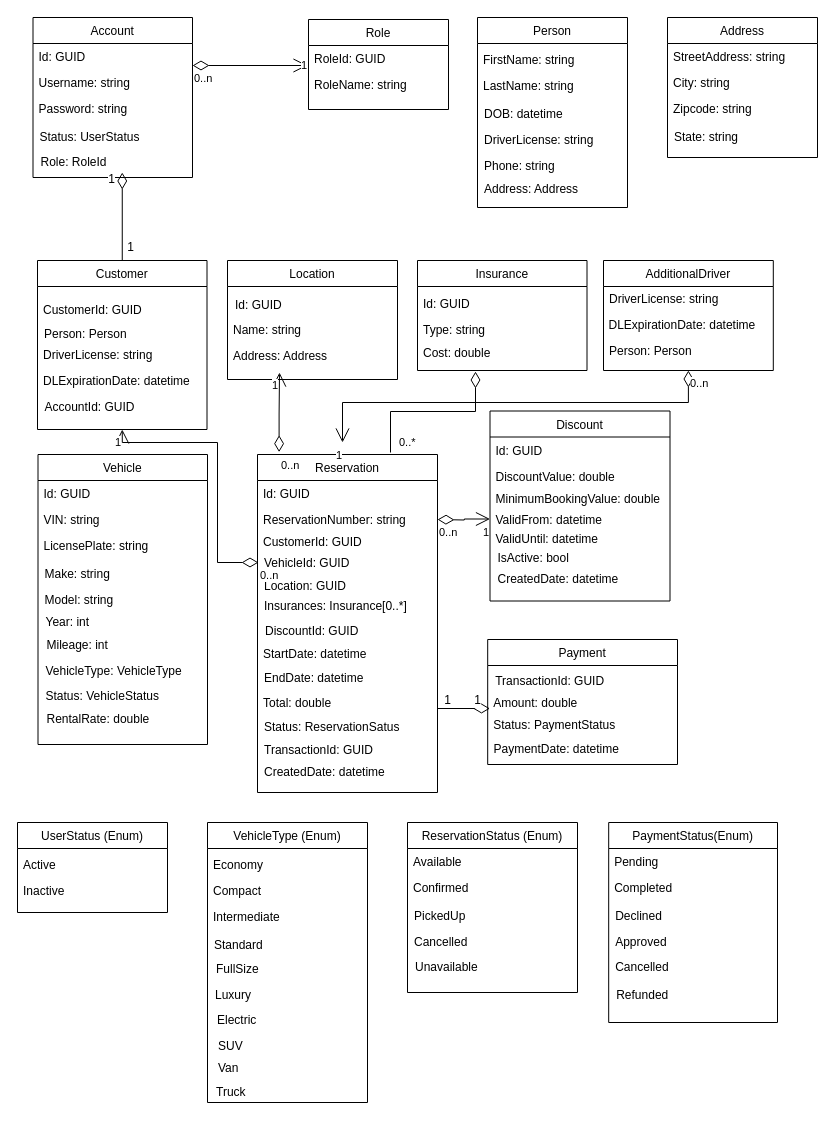
This is page "Class diagram" (3 of 5) of OnlineCarReservaction.drawio from nguyenha1311/ha-diagrams, a draw.io file, before an edit. Source tidied: cells renumbered, new cells numbered last; positions are measured from the earlier drawing's top-left corner, leaving out a move shared by most shapes. Both pictures are drawn from the tidied source at 100%, with x=0, y=0 at pixel (17, 17).
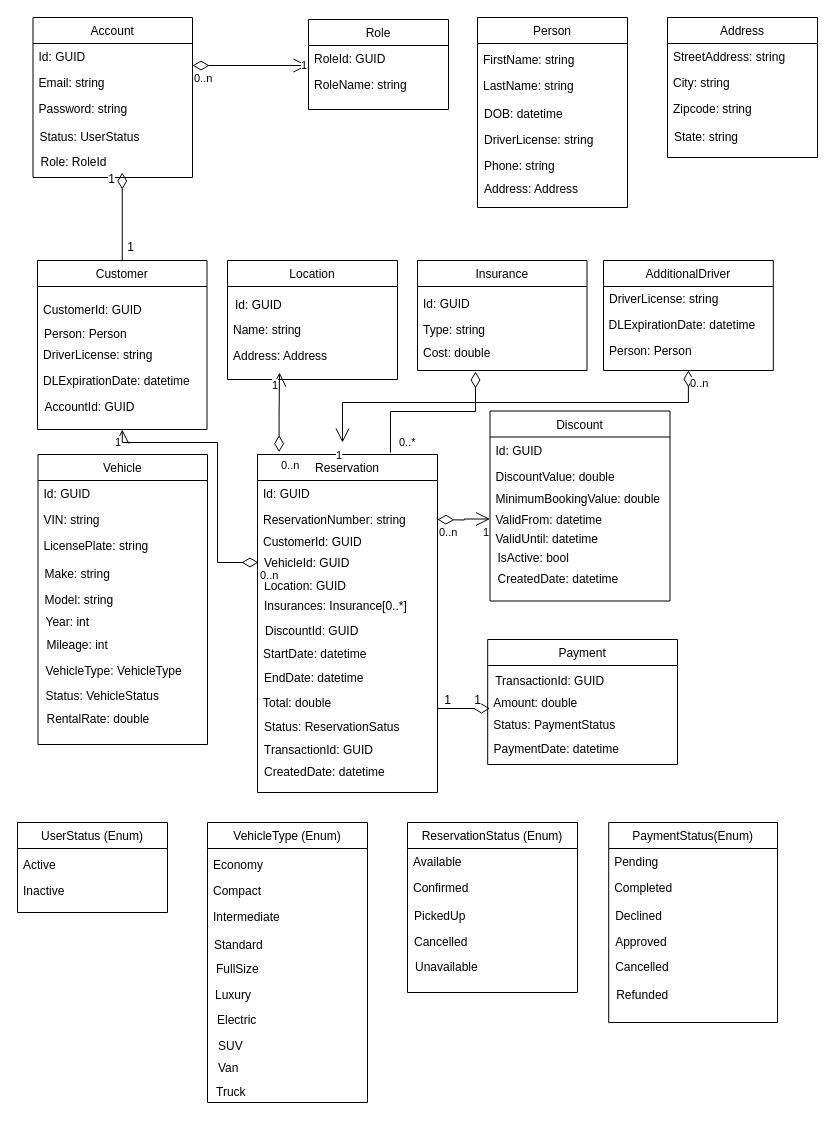
Above is the later version.

What changed in the source:
```diff
@@
-    <mxCell id="16" value="Username: string" style="text;strokeColor=none;fillColor=none;align=left;verticalAlign=top;spacingLeft=4;spacingRight=4;overflow=hidden;labelBackgroundColor=default;" parent="1" vertex="1">
+    <mxCell id="16" value="Email: string" style="text;strokeColor=none;fillColor=none;align=left;verticalAlign=top;spacingLeft=4;spacingRight=4;overflow=hidden;labelBackgroundColor=default;" parent="1" vertex="1">
       <mxGeometry x="15.5" y="52" width="140" height="26" as="geometry" />
     </mxCell>
```
